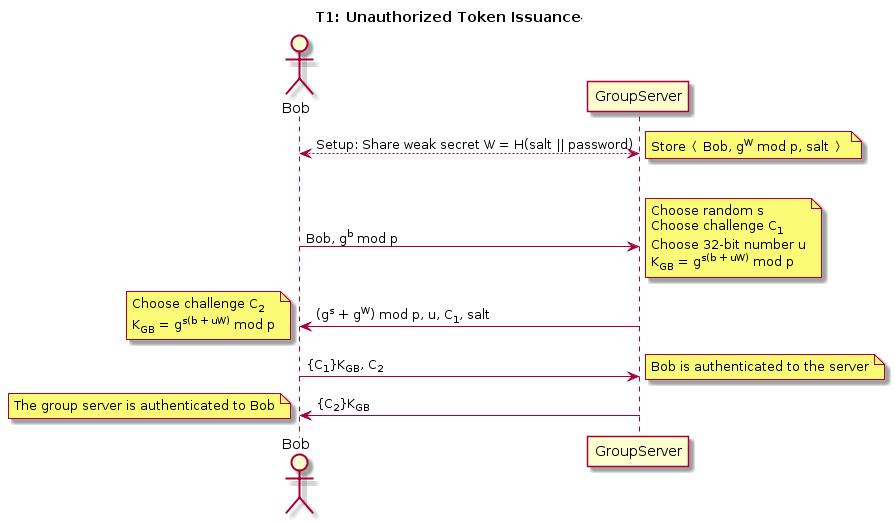
Above: reports/img/T1.png in jondyer/cs1653-2017fa-jbd29-mar257-zds14 (PlantUML), before the change. Its source is kept beside it as reports/img/T1.puml.
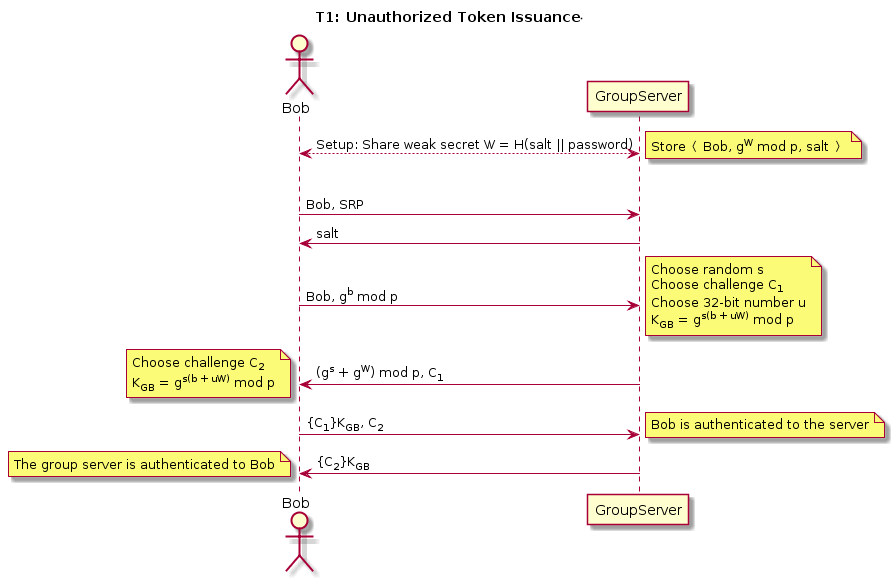
Above is the later version.

Diff of the diagram source:
```diff
@@ -5,6 +5,8 @@
 Bob <--> GroupServer: Setup: Share weak secret W = H(salt || password)
 note right: Store〈 Bob, g<sup>W</sup> mod p, salt 〉
 |||
+Bob -> GroupServer: Bob, SRP
+GroupServer -> Bob: salt
 Bob -> GroupServer: Bob, g<sup>b</sup> mod p
 note left: Choose random b
 note right
@@ -14,7 +16,7 @@
 	K<sub>GB</sub> = g<sup>s(b + uW)</sup> mod p
 end note
 
-GroupServer -> Bob: (g<sup>s</sup> + g<sup>W</sup>) mod p, u, C<sub>1</sub>, salt
+GroupServer -> Bob: (g<sup>s</sup> + g<sup>W</sup>) mod p, C<sub>1</sub>
 note left
 	Choose challenge C<sub>2</sub>
 	K<sub>GB</sub> = g<sup>s(b + uW)</sup> mod p
```
